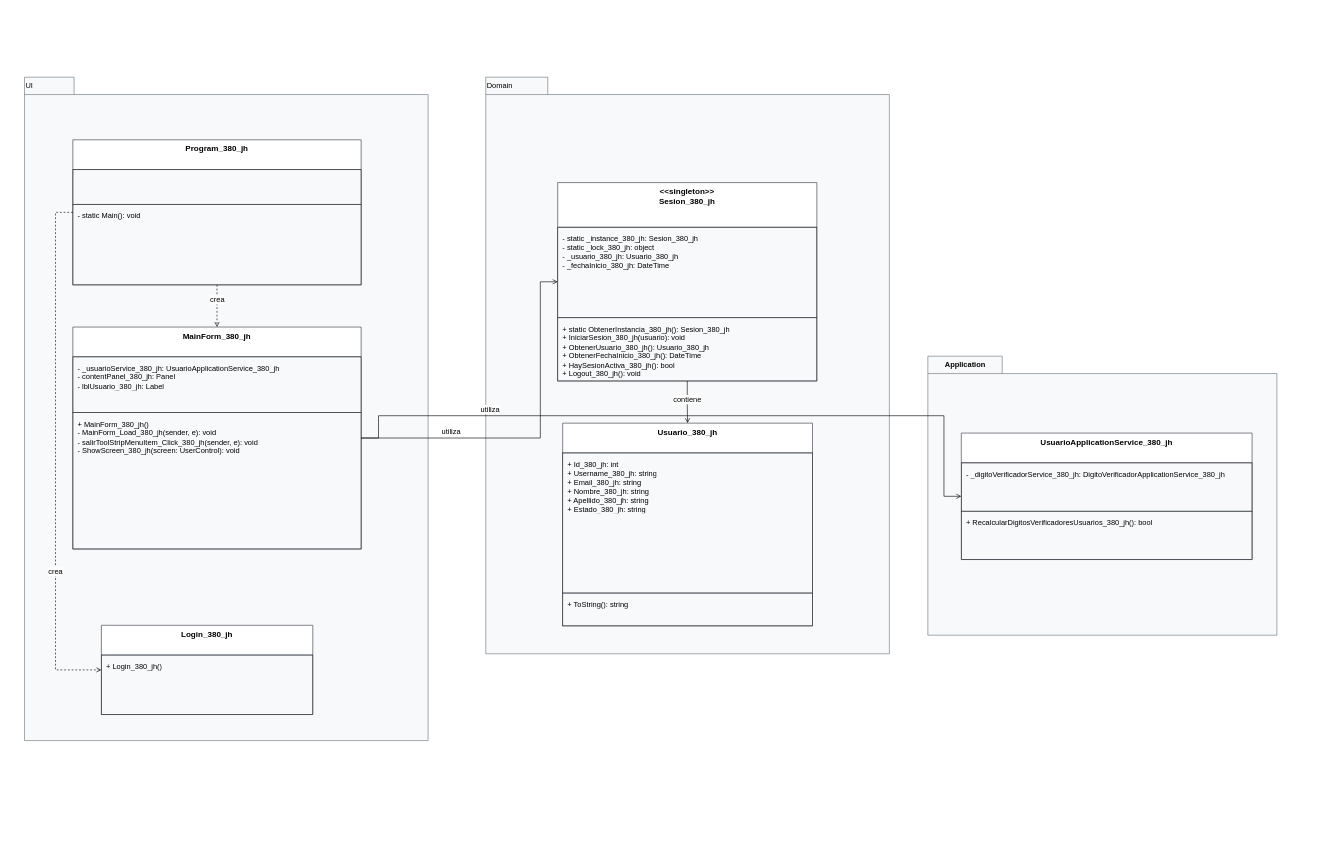
This is Diagramas/Diagramas de clases/CDU-03 - Logout - Clases.drawio from juanNH/Ingenieria-de-Software, a draw.io file, before an edit. Source tidied: cells renumbered, new cells numbered last; positions are measured from the earlier drawing's top-left corner, leaving out a move shared by most shapes. Both pictures are drawn from the tidied source at 62%, with x=0, y=0 at pixel (24, 77).
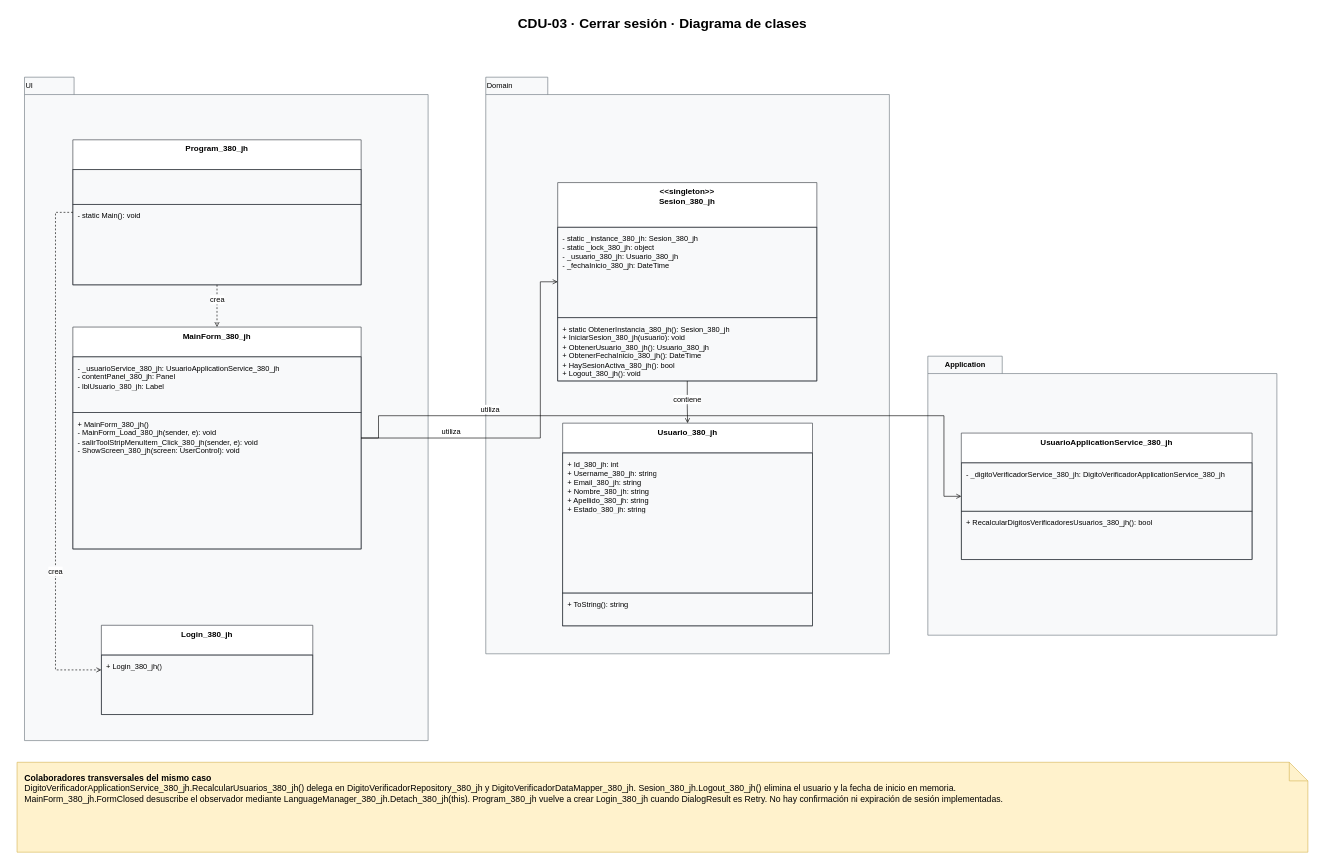
The same page after the edit.

Change to the diagram source:
```diff
@@
+    <mxCell id="30" value="&lt;b&gt;CDU-03 · Cerrar sesión · Diagrama de clases&lt;/b&gt;" style="text;html=1;whiteSpace=wrap;strokeColor=none;fillColor=none;align=center;verticalAlign=middle;fontFamily=Arial;fontSize=22;" parent="1" vertex="1">
+      <mxGeometry x="-22" y="-107" width="2102" height="42" as="geometry" />
+    </mxCell>
+    <mxCell id="31" value="&lt;b&gt;Colaboradores transversales del mismo caso&lt;/b&gt;&lt;br&gt;DigitoVerificadorApplicationService_380_jh.RecalcularUsuarios_380_jh() delega en DigitoVerificadorRepository_380_jh y DigitoVerificadorDataMapper_380_jh. Sesion_380_jh.Logout_380_jh() elimina el usuario y la fecha de inicio en memoria.&lt;br&gt;MainForm_380_jh.FormClosed desuscribe el observador mediante LanguageManager_380_jh.Detach_380_jh(this). Program_380_jh vuelve a crear Login_380_jh cuando DialogResult es Retry. No hay confirmación ni expiración de sesión implementadas." style="shape=note;whiteSpace=wrap;html=1;fillColor=#fff2cc;strokeColor=#d6b656;align=left;verticalAlign=top;spacing=12;fontSize=14;fontFamily=Arial;" parent="1" vertex="1">
+      <mxGeometry x="-12" y="1105" width="2082" height="145" as="geometry" />
+    </mxCell>
```
